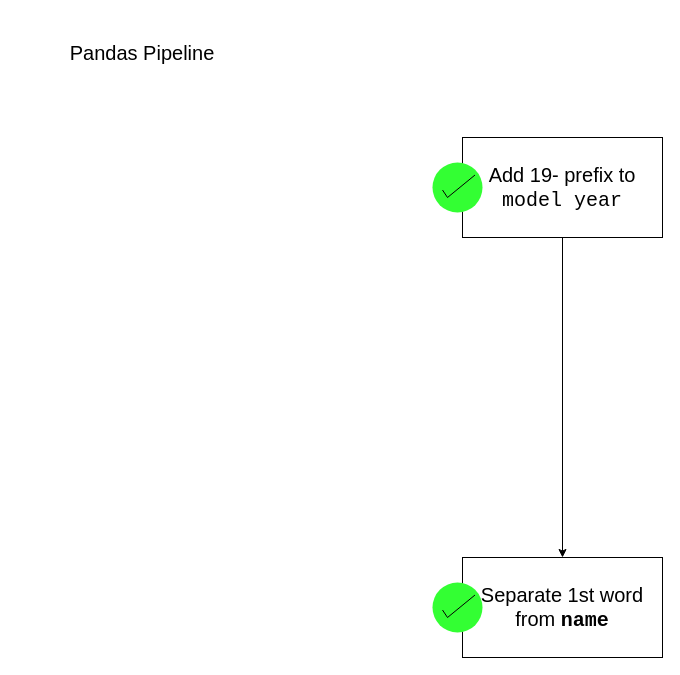
Before: page "Pandas Pipe" (1 of 4) of auto-mpg/files/diagrams/project diagram and planning.drawio in roijacob/data-science-projects, a draw.io diagram. Source tidied: cells renumbered, new cells numbered last; positions are measured from the earlier drawing's top-left corner, leaving out a move shared by most shapes. Both pictures are drawn from the tidied source at 100%, with x=0, y=0 at pixel (17, 17).
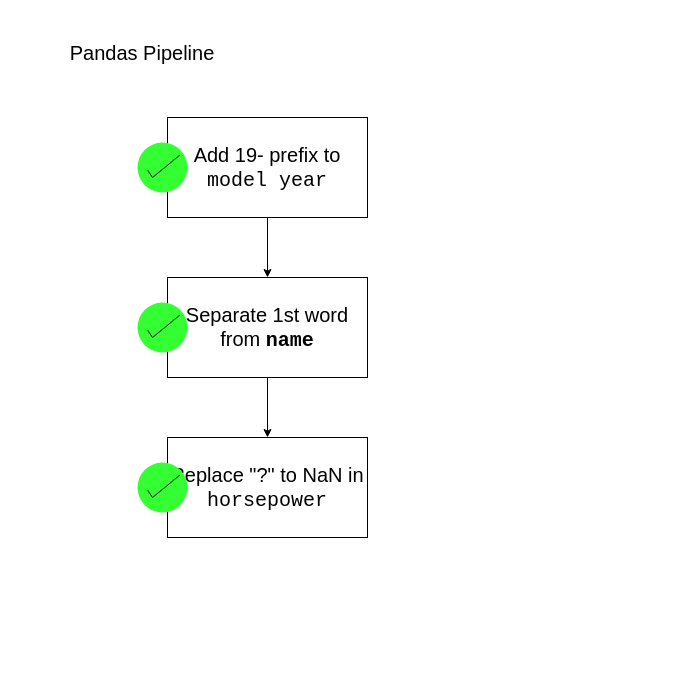
The same page after the edit.

Change to the diagram source:
```diff
@@
 <mxGraphModel>
   <root>
     <mxCell id="0" />
     <mxCell id="1" parent="0" />
     <mxCell id="2" value="&lt;font style=&quot;font-size: 20px;&quot;&gt;Pandas Pipeline&lt;/font&gt;" style="text;html=1;strokeColor=none;fillColor=none;align=center;verticalAlign=middle;whiteSpace=wrap;rounded=0;" parent="1" vertex="1">
       <mxGeometry width="250" height="70" as="geometry" />
     </mxCell>
     <mxCell id="3" style="group;" parent="1" vertex="1">
-      <mxGeometry x="415" y="120" width="230" height="100" as="geometry" />
+      <mxGeometry x="120" y="100" width="230" height="100" as="geometry" />
     </mxCell>
     <mxCell id="4" value="Add 19- prefix to &lt;font face=&quot;Courier New&quot;&gt;model year&lt;/font&gt;" style="rounded=0;whiteSpace=wrap;html=1;fontSize=20;" parent="3" vertex="1">
       <mxGeometry x="30" width="200" height="100" as="geometry" />
     </mxCell>
     <mxCell id="5" style="html=1;verticalLabelPosition=bottom;labelBackgroundColor=#ffffff;verticalAlign=top;shadow=0;dashed=0;strokeWidth=2;shape=mxgraph.ios7.misc.select;fillColor=#33FF33;strokeColor=default;sketch=0;fontSize=20;fillStyle=auto;perimeterSpacing=0;" parent="3" vertex="1">
       <mxGeometry y="25" width="50" height="50" as="geometry" />
     </mxCell>
     <mxCell id="6" style="group;" parent="1" vertex="1">
-      <mxGeometry x="415" y="540" width="230" height="100" as="geometry" />
+      <mxGeometry x="120" y="260" width="230" height="100" as="geometry" />
     </mxCell>
     <mxCell id="7" value="Separate 1st word from&amp;nbsp;&lt;b style=&quot;border-color: var(--border-color);&quot;&gt;&lt;font style=&quot;border-color: var(--border-color);&quot; face=&quot;Courier New&quot;&gt;name&lt;/font&gt;&lt;/b&gt;" style="rounded=0;whiteSpace=wrap;html=1;fontSize=20;" parent="6" vertex="1">
       <mxGeometry x="30" width="200" height="100" as="geometry" />
     </mxCell>
     <mxCell id="8" style="html=1;verticalLabelPosition=bottom;labelBackgroundColor=#ffffff;verticalAlign=top;shadow=0;dashed=0;strokeWidth=2;shape=mxgraph.ios7.misc.select;fillColor=#33FF33;strokeColor=default;sketch=0;fontSize=20;fillStyle=auto;perimeterSpacing=0;" parent="6" vertex="1">
       <mxGeometry y="25" width="50" height="50" as="geometry" />
     </mxCell>
     <mxCell id="9" style="edgeStyle=orthogonalEdgeStyle;rounded=0;jettySize=auto;html=1;exitX=0.5;exitY=1;exitDx=0;exitDy=0;entryX=0.5;entryY=0;entryDx=0;entryDy=0;" parent="1" edge="1" source="4" target="7">
       <mxGeometry relative="1" as="geometry" />
     </mxCell>
+    <mxCell id="10" style="group;" parent="1" vertex="1">
+      <mxGeometry x="120" y="420" width="230" height="100" as="geometry" />
+    </mxCell>
+    <mxCell id="11" value="Replace &quot;?&quot; to NaN in &lt;font face=&quot;Courier New&quot;&gt;horsepower&lt;/font&gt;" style="rounded=0;whiteSpace=wrap;html=1;fontSize=20;" parent="10" vertex="1">
+      <mxGeometry x="30" width="200" height="100" as="geometry" />
+    </mxCell>
+    <mxCell id="12" style="html=1;verticalLabelPosition=bottom;labelBackgroundColor=#ffffff;verticalAlign=top;shadow=0;dashed=0;strokeWidth=2;shape=mxgraph.ios7.misc.select;fillColor=#33FF33;strokeColor=default;sketch=0;fontSize=20;fillStyle=auto;perimeterSpacing=0;" parent="10" vertex="1">
+      <mxGeometry y="25" width="50" height="50" as="geometry" />
+    </mxCell>
+    <mxCell id="13" style="edgeStyle=orthogonalEdgeStyle;rounded=0;jettySize=auto;html=1;exitX=0.5;exitY=1;exitDx=0;exitDy=0;entryX=0.5;entryY=0;entryDx=0;entryDy=0;fontFamily=Courier New;" parent="1" edge="1" source="7" target="11">
+      <mxGeometry relative="1" as="geometry" />
+    </mxCell>
   </root>
 </mxGraphModel>
```
